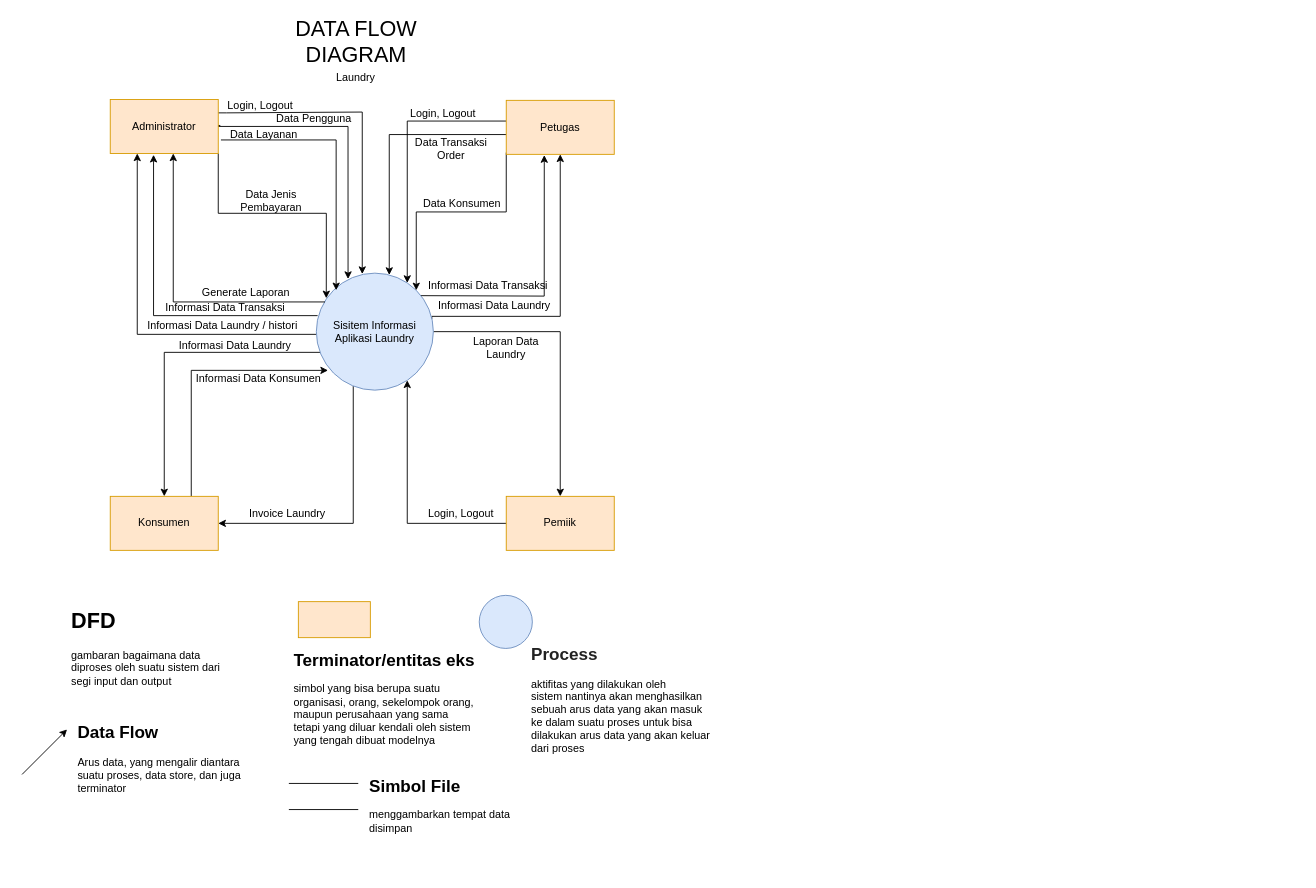
Earlier version of the draw.io diagram page "DFD" (2 of 6) of Desain Ujikom.drawio (alditasptnsr/ujikom_aldita). Source tidied: cells renumbered, new cells numbered last; positions are measured from the earlier drawing's top-left corner, leaving out a move shared by most shapes. Both pictures are drawn from the tidied source at 90%, with x=0, y=0 at pixel (22, 28).
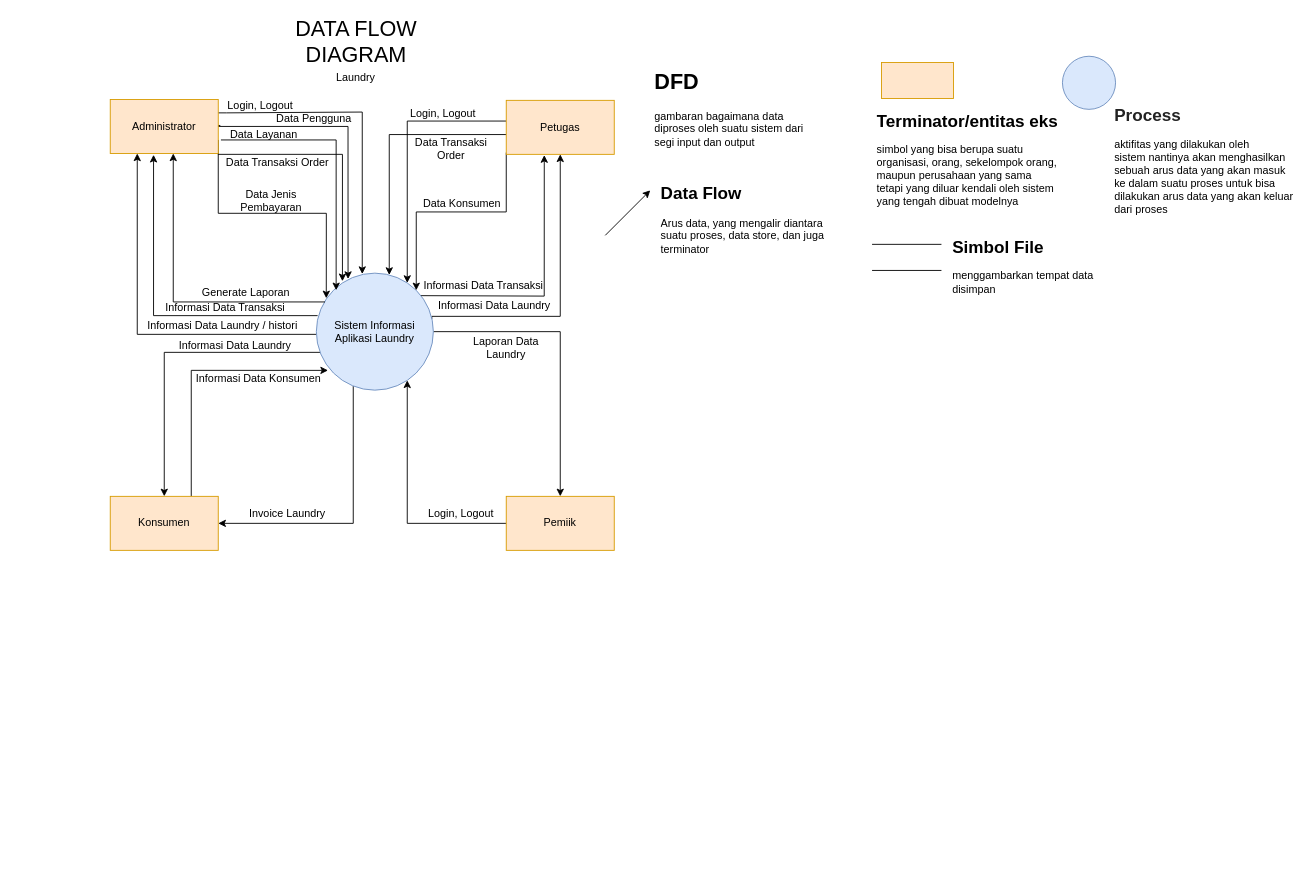
The same diagram, later.

Unchanged cells that the change refers to:
```xml
<mxCell id="14" value="Administrator" style="rounded=0;whiteSpace=wrap;html=1;fillColor=#ffe6cc;strokeColor=#d79b00;" parent="1" vertex="1">
  <mxGeometry x="98" y="79" width="120" height="60" as="geometry" />
</mxCell>
```

Change to the diagram source:
```diff
@@
-    <mxCell id="8" value="Sisitem Informasi Aplikasi Laundry" style="ellipse;whiteSpace=wrap;html=1;fillColor=#dae8fc;strokeColor=#6c8ebf;" parent="1" vertex="1">
+    <mxCell id="8" value="Sistem Informasi Aplikasi Laundry" style="ellipse;whiteSpace=wrap;html=1;fillColor=#dae8fc;strokeColor=#6c8ebf;" parent="1" vertex="1">
       <mxGeometry x="327" y="272" width="130" height="130" as="geometry" />
     </mxCell>
@@
+    <mxCell id="52" style="edgeStyle=orthogonalEdgeStyle;rounded=0;jettySize=auto;html=1;exitX=1;exitY=0.75;exitDx=0;exitDy=0;entryX=0.223;entryY=0.069;entryDx=0;entryDy=0;entryPerimeter=0;" parent="1" edge="1" source="14" target="8">
+      <mxGeometry relative="1" as="geometry">
+        <Array as="points">
+          <mxPoint x="218" y="140" />
+          <mxPoint x="356" y="140" />
+        </Array>
+      </mxGeometry>
+    </mxCell>
@@
     <mxCell id="38" value="&lt;h1&gt;&lt;span style=&quot;background-color: initial;&quot;&gt;DFD&lt;/span&gt;&amp;nbsp;&lt;/h1&gt;&lt;div style=&quot;&quot;&gt;&lt;span style=&quot;background-color: initial;&quot;&gt;gambaran bagaimana data diproses oleh suatu sistem dari segi input dan output&lt;/span&gt;&lt;/div&gt;" style="text;html=1;strokeColor=none;fillColor=none;spacing=5;spacingTop=-20;whiteSpace=wrap;overflow=hidden;rounded=0;" parent="1" vertex="1">
-      <mxGeometry x="50" y="639" width="190" height="120" as="geometry" />
+      <mxGeometry x="698" y="40" width="190" height="120" as="geometry" />
     </mxCell>
     <mxCell id="39" style="rounded=0;whiteSpace=wrap;html=1;fillColor=#ffe6cc;strokeColor=#d79b00;" parent="1" vertex="1">
-      <mxGeometry x="307" y="637" width="80" height="40" as="geometry" />
+      <mxGeometry x="955" y="38" width="80" height="40" as="geometry" />
     </mxCell>
     <mxCell id="40" value="&lt;h1 style=&quot;font-size: 19px;&quot;&gt;Terminator/entitas eks&lt;/h1&gt;simbol yang bisa berupa suatu organisasi, orang, sekelompok orang, maupun perusahaan yang sama tetapi yang diluar kendali oleh sistem yang tengah dibuat modelnya" style="text;html=1;strokeColor=none;fillColor=none;spacing=5;spacingTop=-20;whiteSpace=wrap;overflow=hidden;rounded=0;" parent="1" vertex="1">
-      <mxGeometry x="297" y="689" width="211" height="130" as="geometry" />
+      <mxGeometry x="945" y="90" width="211" height="130" as="geometry" />
     </mxCell>
     <mxCell id="41" style="ellipse;whiteSpace=wrap;html=1;fillColor=#dae8fc;strokeColor=#6c8ebf;" parent="1" vertex="1">
-      <mxGeometry x="508" y="630" width="59" height="59" as="geometry" />
+      <mxGeometry x="1156" y="31" width="59" height="59" as="geometry" />
     </mxCell>
     <mxCell id="42" value="&lt;h1&gt;&lt;/h1&gt;&lt;h3 style=&quot;margin: 0px 0px 12px; padding: 0px; border: 0px; font-variant-numeric: inherit; font-variant-east-asian: inherit; font-stretch: inherit; font-size: 19px; line-height: 1.4; font-family: Helvetica, Arial, sans-serif; vertical-align: baseline; color: rgb(34, 34, 34); background-color: rgb(255, 255, 255);&quot;&gt;&lt;strong style=&quot;margin: 0px; padding: 0px; border: 0px; font-style: inherit; font-variant: inherit; font-stretch: inherit; font-size: inherit; line-height: inherit; font-family: inherit; vertical-align: baseline;&quot;&gt;Process&lt;/strong&gt;&lt;/h3&gt;aktifitas yang dilakukan oleh sistem&amp;nbsp;nantinya akan menghasilkan sebuah arus data yang akan masuk ke dalam suatu proses untuk bisa dilakukan arus data yang akan keluar dari proses" style="text;html=1;strokeColor=none;fillColor=none;spacing=5;spacingTop=-20;whiteSpace=wrap;overflow=hidden;rounded=0;" parent="1" vertex="1">
-      <mxGeometry x="561" y="677" width="211" height="130" as="geometry" />
+      <mxGeometry x="1209" y="78" width="211" height="130" as="geometry" />
     </mxCell>
     <mxCell id="43" style="endArrow=classic;html=1;rounded=0;" parent="1" edge="1">
       <mxGeometry relative="1" as="geometry">
-        <mxPoint y="829" as="sourcePoint" />
-        <mxPoint x="50" y="779" as="targetPoint" />
+        <mxPoint x="648" y="230" as="sourcePoint" />
+        <mxPoint x="698" y="180" as="targetPoint" />
       </mxGeometry>
     </mxCell>
     <mxCell id="44" value="&lt;h1 style=&quot;font-size: 19px;&quot;&gt;&lt;/h1&gt;&lt;span style=&quot;font-size: 19px;&quot;&gt;&lt;b&gt;Data Flow&lt;br&gt;&lt;/b&gt;&lt;/span&gt;&lt;br&gt;Arus data, yang&amp;nbsp;mengalir diantara suatu proses, data store, dan juga terminator" style="text;html=1;strokeColor=none;fillColor=none;spacing=5;spacingTop=-20;whiteSpace=wrap;overflow=hidden;rounded=0;" parent="1" vertex="1">
-      <mxGeometry x="57" y="769" width="211" height="130" as="geometry" />
+      <mxGeometry x="705" y="170" width="211" height="130" as="geometry" />
     </mxCell>
     <mxCell id="45" style="shape=partialRectangle;whiteSpace=wrap;html=1;left=0;right=0;fillColor=none;" parent="1" vertex="1">
-      <mxGeometry x="297" y="839" width="76" height="29" as="geometry" />
+      <mxGeometry x="945" y="240" width="76" height="29" as="geometry" />
     </mxCell>
     <mxCell id="46" value="&lt;h1 style=&quot;font-size: 19px;&quot;&gt;&lt;font style=&quot;font-size: 19px;&quot;&gt;Simbol File&amp;nbsp;&lt;/font&gt;&lt;/h1&gt;menggambarkan tempat data disimpan" style="text;html=1;strokeColor=none;fillColor=none;spacing=5;spacingTop=-20;whiteSpace=wrap;overflow=hidden;rounded=0;" parent="1" vertex="1">
-      <mxGeometry x="380.5" y="829" width="191" height="110" as="geometry" />
+      <mxGeometry x="1028.5" y="230" width="191" height="110" as="geometry" />
     </mxCell>
@@
     <mxCell id="48" value="Informasi Data Transaksi" style="text;html=1;strokeColor=none;fillColor=none;align=center;verticalAlign=middle;whiteSpace=wrap;rounded=0;" parent="1" vertex="1">
-      <mxGeometry x="448" y="272" width="140" height="28" as="geometry" />
+      <mxGeometry x="443" y="272" width="140" height="28" as="geometry" />
     </mxCell>
@@
+    <mxCell id="53" value="Data Transaksi Order" style="text;html=1;strokeColor=none;fillColor=none;align=center;verticalAlign=middle;whiteSpace=wrap;rounded=0;" parent="1" vertex="1">
+      <mxGeometry x="219" y="139" width="130" height="20" as="geometry" />
+    </mxCell>
```
